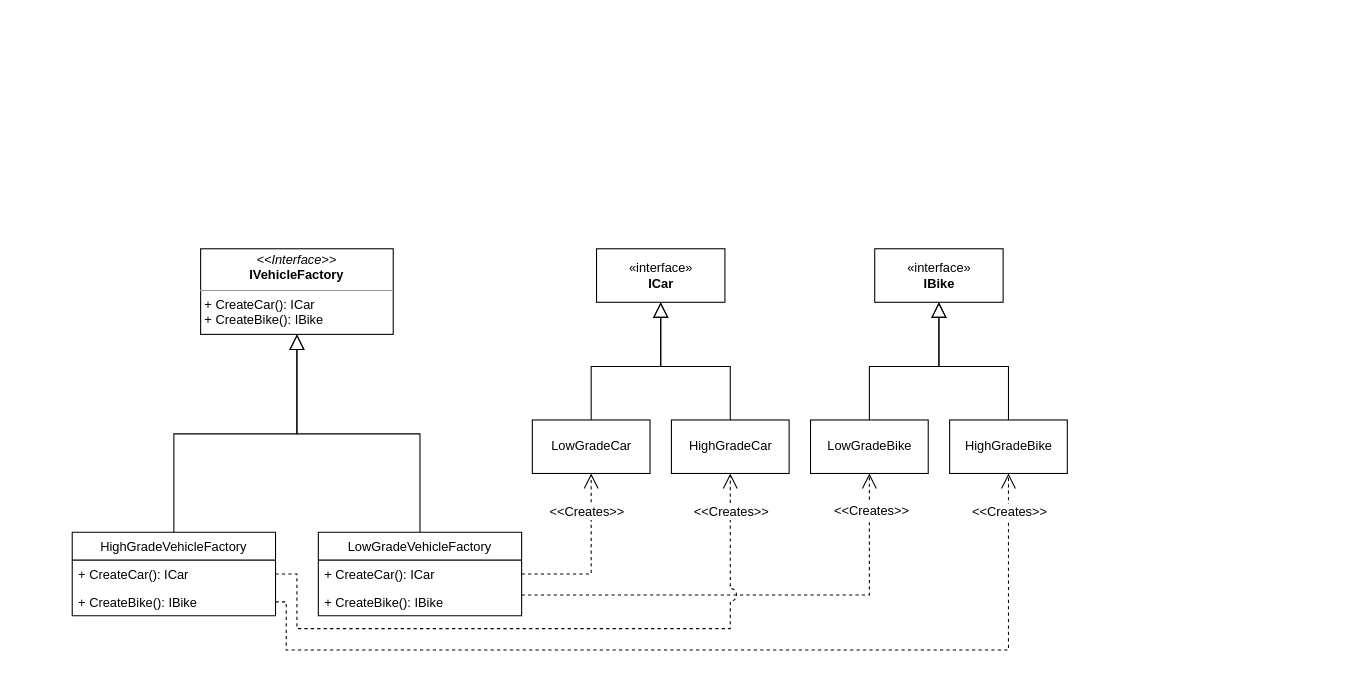
Earlier version of the draw.io diagram page "Abstract Factory" (3 of 5) of Diagrams/Strategy, Factory, and Singleton.drawio (PacktPublishing/Architecting-ASP.NET-Core-Applications-3E). Source tidied: cells renumbered, new cells numbered last; positions are measured from the earlier drawing's top-left corner, leaving out a move shared by most shapes. Both pictures are drawn from the tidied source at 107%, with x=0, y=0 at pixel (72, 248).
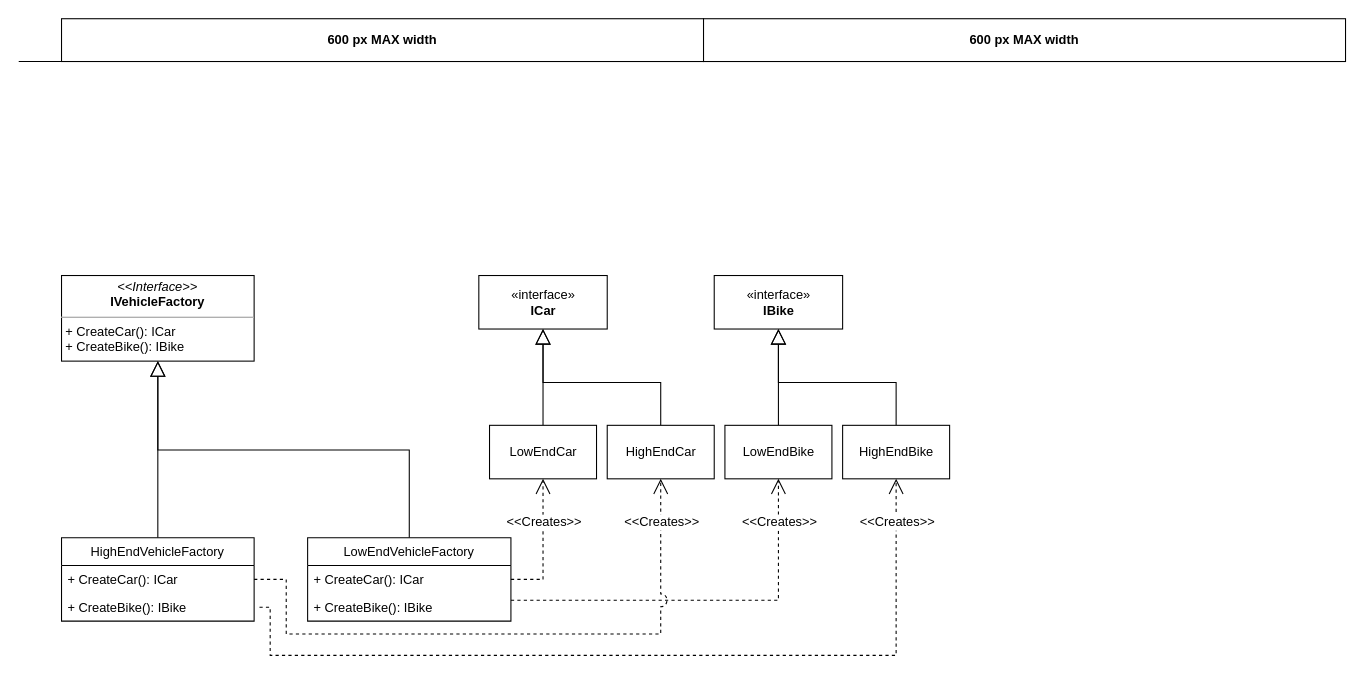
After the change.

Unchanged cells that the change refers to:
```xml
<mxCell id="15" style="edgeStyle=orthogonalEdgeStyle;rounded=0;elbow=vertical;html=1;endArrow=open;endFill=0;endSize=12;jettySize=auto;dashed=1;exitX=1;exitY=0.75;jumpStyle=arc;jumpSize=12;" parent="1" edge="1" source="6" target="12">
  <mxGeometry relative="1" as="geometry" />
</mxCell>
```

What changed in the source:
```diff
@@
-<mxGraphModel background="#ffffff">
+<mxGraphModel>
@@
     <mxCell id="2" value="&lt;p style=&quot;margin: 0px ; margin-top: 4px ; text-align: center&quot;&gt;&lt;i&gt;&amp;lt;&amp;lt;Interface&amp;gt;&amp;gt;&lt;/i&gt;&lt;br&gt;&lt;b&gt;IVehicleFactory&lt;/b&gt;&lt;/p&gt;&lt;hr size=&quot;1&quot;&gt;&lt;p style=&quot;margin: 0px ; margin-left: 4px&quot;&gt;&lt;span&gt;+ CreateCar(): ICar&lt;/span&gt;&lt;br&gt;&lt;/p&gt;&lt;p style=&quot;margin: 0px ; margin-left: 4px&quot;&gt;+ CreateBike(): IBike&lt;/p&gt;" style="verticalAlign=top;align=left;overflow=fill;fontSize=12;fontFamily=Helvetica;html=1;" parent="1" vertex="1">
-      <mxGeometry x="120" width="180" height="80" as="geometry" />
+      <mxGeometry x="-10" y="25" width="180" height="80" as="geometry" />
     </mxCell>
     <mxCell id="3" value="«interface»&lt;br&gt;&lt;b&gt;ICar&lt;/b&gt;" style="html=1;" parent="1" vertex="1">
-      <mxGeometry x="490" width="120" height="50" as="geometry" />
+      <mxGeometry x="380" y="25" width="120" height="50" as="geometry" />
     </mxCell>
     <mxCell id="4" value="«interface»&lt;br&gt;&lt;b&gt;IBike&lt;/b&gt;" style="html=1;" parent="1" vertex="1">
-      <mxGeometry x="750" width="120" height="50" as="geometry" />
+      <mxGeometry x="600" y="25" width="120" height="50" as="geometry" />
     </mxCell>
@@
-    <mxCell id="6" value="LowGradeVehicleFactory" style="swimlane;fontStyle=0;horizontal=1;startSize=26;" parent="1" vertex="1">
-      <mxGeometry x="230" y="265" width="190" height="78" as="geometry" />
+    <mxCell id="6" value="LowEndVehicleFactory" style="swimlane;fontStyle=0;horizontal=1;startSize=26;swimlaneFillColor=default;" parent="1" vertex="1">
+      <mxGeometry x="220" y="270" width="190" height="78" as="geometry" />
     </mxCell>
@@
-    <mxCell id="10" value="LowGradeCar" style="html=1;" parent="1" vertex="1">
-      <mxGeometry x="430" y="160" width="110" height="50" as="geometry" />
+    <mxCell id="10" value="LowEndCar" style="html=1;" parent="1" vertex="1">
+      <mxGeometry x="390" y="165" width="100" height="50" as="geometry" />
     </mxCell>
@@
-    <mxCell id="12" value="LowGradeBike" style="html=1;" parent="1" vertex="1">
-      <mxGeometry x="690" y="160" width="110" height="50" as="geometry" />
+    <mxCell id="12" value="LowEndBike" style="html=1;" parent="1" vertex="1">
+      <mxGeometry x="610" y="165" width="100" height="50" as="geometry" />
     </mxCell>
     <mxCell id="13" style="edgeStyle=orthogonalEdgeStyle;rounded=0;elbow=vertical;html=1;endArrow=open;endFill=0;endSize=12;jettySize=auto;dashed=1;exitX=1;exitY=0.5;entryX=0.5;entryY=1;strokeWidth=1;" parent="1" edge="1" source="6" target="10">
       <mxGeometry relative="1" as="geometry">
         <Array as="points">
-          <mxPoint x="485" y="304" />
+          <mxPoint x="440" y="309" />
         </Array>
       </mxGeometry>
     </mxCell>
-    <mxCell id="14" value="&amp;lt;&amp;lt;Creates&amp;gt;&amp;gt;" style="text;html=1;align=center;verticalAlign=middle;labelBackgroundColor=#ffffff;" parent="13" vertex="1">
+    <mxCell id="14" value="&amp;lt;&amp;lt;Creates&amp;gt;&amp;gt;" style="text;html=1;align=center;verticalAlign=middle;labelBackgroundColor=default;fontColor=default;" parent="13" vertex="1">
       <mxGeometry y="-19" relative="1" as="geometry">
-        <mxPoint x="-24" y="-44" as="offset" />
+        <mxPoint x="-19" y="-22" as="offset" />
       </mxGeometry>
     </mxCell>
@@
-    <mxCell id="16" value="&amp;lt;&amp;lt;Creates&amp;gt;&amp;gt;" style="text;html=1;align=center;verticalAlign=middle;labelBackgroundColor=#ffffff;" parent="15" vertex="1">
+    <mxCell id="16" value="&amp;lt;&amp;lt;Creates&amp;gt;&amp;gt;" style="text;html=1;align=center;verticalAlign=middle;labelBackgroundColor=default;fontColor=default;" parent="15" vertex="1">
       <mxGeometry x="-0.24" y="-1" relative="1" as="geometry">
-        <mxPoint x="159" y="-80" as="offset" />
+        <mxPoint x="112" y="-74" as="offset" />
       </mxGeometry>
     </mxCell>
@@
-    <mxCell id="18" value="HighGradeVehicleFactory" style="swimlane;fontStyle=0;horizontal=1;startSize=26;" parent="1" vertex="1">
-      <mxGeometry y="265" width="190" height="78" as="geometry" />
+    <mxCell id="18" value="HighEndVehicleFactory" style="swimlane;fontStyle=0;horizontal=1;startSize=26;swimlaneFillColor=default;" parent="1" vertex="1">
+      <mxGeometry x="-10" y="270" width="180" height="78" as="geometry" />
     </mxCell>
     <mxCell id="19" value="+ CreateCar(): ICar" style="text;strokeColor=none;align=left;verticalAlign=top;spacingLeft=4;spacingRight=4;overflow=hidden;points=[[0,0.5],[1,0.5]];portConstraint=eastwest;" parent="18" vertex="1">
-      <mxGeometry y="26" width="190" height="26" as="geometry" />
+      <mxGeometry y="26" width="180" height="26" as="geometry" />
     </mxCell>
     <mxCell id="20" value="+ CreateBike(): IBike" style="text;strokeColor=none;align=left;verticalAlign=top;spacingLeft=4;spacingRight=4;overflow=hidden;points=[[0,0.5],[1,0.5]];portConstraint=eastwest;" parent="18" vertex="1">
-      <mxGeometry y="52" width="190" height="26" as="geometry" />
+      <mxGeometry y="52" width="180" height="26" as="geometry" />
     </mxCell>
@@
-    <mxCell id="22" value="HighGradeCar" style="html=1;" parent="1" vertex="1">
-      <mxGeometry x="560" y="160" width="110" height="50" as="geometry" />
+    <mxCell id="22" value="HighEndCar" style="html=1;" parent="1" vertex="1">
+      <mxGeometry x="500" y="165" width="100" height="50" as="geometry" />
     </mxCell>
@@
-    <mxCell id="24" value="HighGradeBike" style="html=1;" parent="1" vertex="1">
-      <mxGeometry x="820" y="160" width="110" height="50" as="geometry" />
+    <mxCell id="24" value="HighEndBike" style="html=1;" parent="1" vertex="1">
+      <mxGeometry x="720" y="165" width="100" height="50" as="geometry" />
     </mxCell>
-    <mxCell id="25" style="edgeStyle=orthogonalEdgeStyle;rounded=0;html=1;endArrow=open;endFill=0;endSize=12;jettySize=auto;dashed=1;exitX=1;exitY=0.5;entryX=0.5;entryY=1;jumpStyle=arc;jumpSize=12;" parent="1" edge="1" source="20" target="24">
+    <mxCell id="25" style="edgeStyle=orthogonalEdgeStyle;rounded=0;html=1;endArrow=open;endFill=0;endSize=12;jettySize=auto;dashed=1;exitX=1;exitY=0.5;entryX=0.5;entryY=1;jumpStyle=arc;jumpSize=12;entryDx=0;entryDy=0;" parent="1" edge="1" target="24">
       <mxGeometry relative="1" as="geometry">
+        <mxPoint x="175" y="335" as="sourcePoint" />
         <Array as="points">
-          <mxPoint x="200" y="330" />
-          <mxPoint x="200" y="375" />
-          <mxPoint x="875" y="375" />
+          <mxPoint x="185" y="335" />
+          <mxPoint x="185" y="380" />
+          <mxPoint x="770" y="380" />
         </Array>
       </mxGeometry>
     </mxCell>
-    <mxCell id="26" value="&amp;lt;&amp;lt;Creates&amp;gt;&amp;gt;" style="text;html=1;align=center;verticalAlign=middle;labelBackgroundColor=#ffffff;" parent="25" vertex="1">
+    <mxCell id="26" value="&amp;lt;&amp;lt;Creates&amp;gt;&amp;gt;" style="text;html=1;align=center;verticalAlign=middle;labelBackgroundColor=default;fontColor=default;" parent="25" vertex="1">
       <mxGeometry y="-19" relative="1" as="geometry">
-        <mxPoint x="282" y="-149" as="offset" />
+        <mxPoint x="237" y="-144" as="offset" />
       </mxGeometry>
     </mxCell>
     <mxCell id="27" style="edgeStyle=orthogonalEdgeStyle;rounded=0;html=1;endArrow=open;endFill=0;endSize=12;jettySize=auto;dashed=1;exitX=1;exitY=0.5;jumpStyle=arc;jumpSize=12;entryX=0.5;entryY=1;" parent="1" edge="1" source="19" target="22">
       <mxGeometry relative="1" as="geometry">
         <Array as="points">
-          <mxPoint x="210" y="304" />
-          <mxPoint x="210" y="355" />
-          <mxPoint x="615" y="355" />
+          <mxPoint x="200" y="309" />
+          <mxPoint x="200" y="360" />
+          <mxPoint x="550" y="360" />
         </Array>
       </mxGeometry>
     </mxCell>
-    <mxCell id="28" value="&amp;lt;&amp;lt;Creates&amp;gt;&amp;gt;" style="text;html=1;align=center;verticalAlign=middle;labelBackgroundColor=#ffffff;" parent="27" vertex="1">
+    <mxCell id="28" value="&amp;lt;&amp;lt;Creates&amp;gt;&amp;gt;" style="text;html=1;align=center;verticalAlign=middle;labelBackgroundColor=default;fontColor=default;" parent="27" vertex="1">
       <mxGeometry y="-19" relative="1" as="geometry">
-        <mxPoint x="165" y="-129" as="offset" />
+        <mxPoint x="143" y="-124" as="offset" />
       </mxGeometry>
     </mxCell>
+    <mxCell id="29" style="endArrow=none;html=1;fontColor=default;" parent="1" edge="1">
+      <mxGeometry relative="1" as="geometry">
+        <mxPoint x="-50" y="-175" as="sourcePoint" />
+        <mxPoint x="1020" y="-175" as="targetPoint" />
+      </mxGeometry>
+    </mxCell>
+    <mxCell id="30" value="600 px MAX width" style="rounded=0;whiteSpace=wrap;html=1;sketch=0;fontSize=12;align=center;fontStyle=1;" parent="1" vertex="1">
+      <mxGeometry x="-10" y="-215" width="600" height="40" as="geometry" />
+    </mxCell>
+    <mxCell id="31" value="600 px MAX width" style="rounded=0;whiteSpace=wrap;html=1;sketch=0;fontSize=12;align=center;fontStyle=1;" parent="1" vertex="1">
+      <mxGeometry x="590" y="-215" width="600" height="40" as="geometry" />
+    </mxCell>
```
